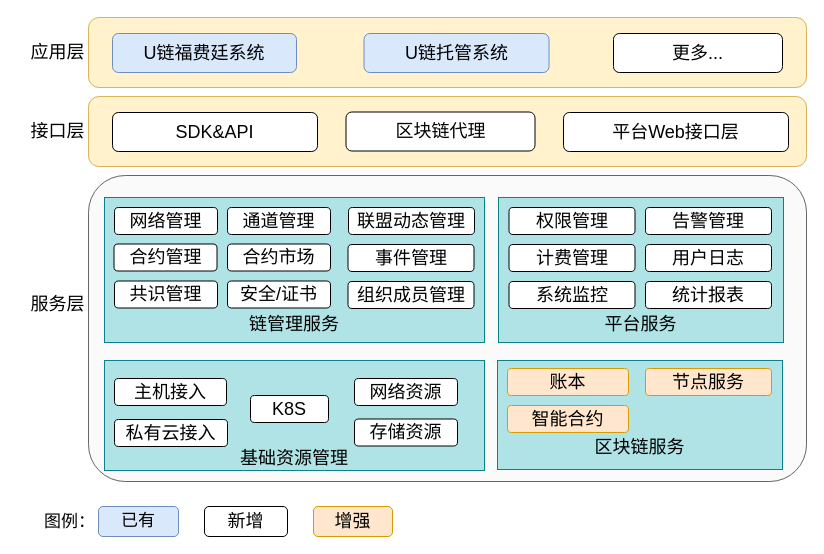
Earlier version of the draw.io diagram repository/drawio/postb/业务功能架构图1.drawio (dilide/collections). Source tidied: cells renumbered, new cells numbered last; positions are measured from the earlier drawing's top-left corner, leaving out a move shared by most shapes. Both pictures are drawn from the tidied source at 100%, with x=0, y=0 at pixel (17, 17).
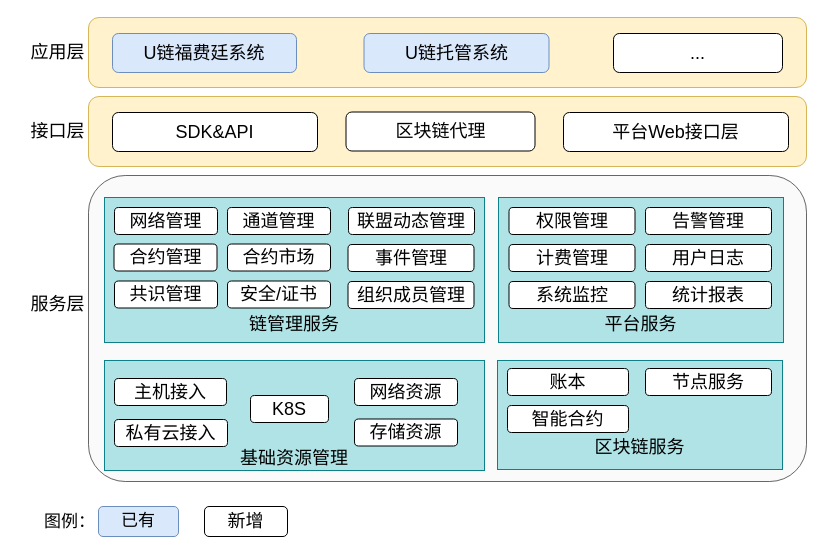
The same diagram, later.

Commit message:
Update 业务功能架构图1.drawio

Change to the diagram source:
```diff
@@
-    <mxCell id="11" value="更多..." style="rounded=1;whiteSpace=wrap;html=1;fontSize=18;" parent="1" vertex="1">
+    <mxCell id="11" value="..." style="rounded=1;whiteSpace=wrap;html=1;fontSize=18;" parent="1" vertex="1">
       <mxGeometry x="596" y="16" width="169" height="39" as="geometry" />
     </mxCell>
@@
-    <mxCell id="29" value="账本" style="rounded=1;whiteSpace=wrap;html=1;shadow=0;glass=0;comic=0;fontSize=18;fillColor=#ffe6cc;strokeColor=#d79b00;" parent="1" vertex="1">
+    <mxCell id="29" value="账本" style="rounded=1;whiteSpace=wrap;html=1;shadow=0;glass=0;comic=0;fontSize=18;fillColor=#FFFFFF;strokeColor=#000000;" parent="1" vertex="1">
       <mxGeometry x="490" y="351" width="121" height="27" as="geometry" />
     </mxCell>
-    <mxCell id="30" value="节点服务" style="rounded=1;whiteSpace=wrap;html=1;shadow=0;glass=0;comic=0;fontSize=18;fillColor=#ffe6cc;strokeColor=#d79b00;" parent="1" vertex="1">
+    <mxCell id="30" value="节点服务" style="rounded=1;whiteSpace=wrap;html=1;shadow=0;glass=0;comic=0;fontSize=18;fillColor=#FFFFFF;strokeColor=#000000;" parent="1" vertex="1">
       <mxGeometry x="628" y="351" width="126" height="27" as="geometry" />
     </mxCell>
-    <mxCell id="31" value="智能合约" style="rounded=1;whiteSpace=wrap;html=1;shadow=0;glass=0;comic=0;fontSize=18;fillColor=#ffe6cc;strokeColor=#d79b00;" parent="1" vertex="1">
+    <mxCell id="31" value="智能合约" style="rounded=1;whiteSpace=wrap;html=1;shadow=0;glass=0;comic=0;fontSize=18;fillColor=#FFFFFF;strokeColor=#000000;" parent="1" vertex="1">
       <mxGeometry x="490" y="388" width="121" height="27" as="geometry" />
     </mxCell>
@@
-    <mxCell id="42" value="新增" style="rounded=1;whiteSpace=wrap;html=1;fontSize=18;" parent="1" vertex="1">
+    <mxCell id="42" value="新增" style="rounded=1;whiteSpace=wrap;html=1;fontSize=18;fillColor=#FFFFFF;" parent="1" vertex="1">
       <mxGeometry x="187" y="489" width="83" height="30" as="geometry" />
     </mxCell>
-    <mxCell id="43" value="增强" style="rounded=1;whiteSpace=wrap;html=1;fontSize=18;fillColor=#ffe6cc;strokeColor=#d79b00;" parent="1" vertex="1">
-      <mxGeometry x="296" y="489" width="79" height="30" as="geometry" />
-    </mxCell>
```
